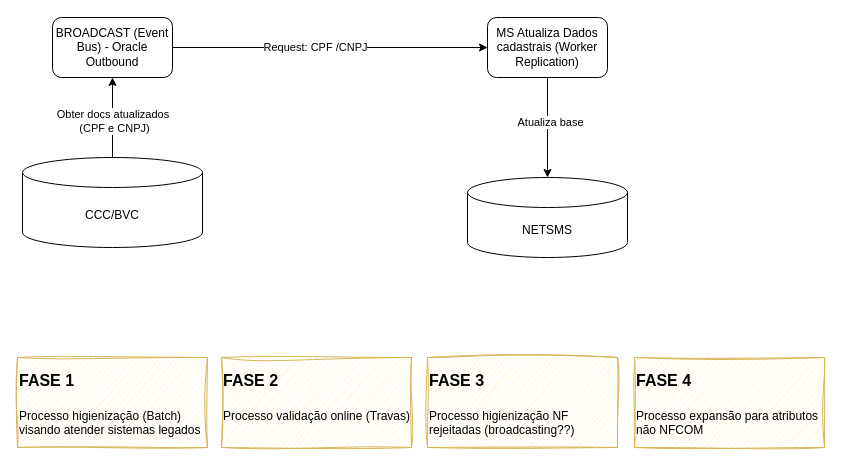
Before: page "Broadcast - CDC Change Data Capture" (2 of 2) of NFCOM Bureau x BVC.drawio in samirali/ClaroBrasil, a draw.io diagram. Source tidied: cells renumbered, new cells numbered last; positions are measured from the earlier drawing's top-left corner, leaving out a move shared by most shapes. Both pictures are drawn from the tidied source at 100%, with x=0, y=0 at pixel (17, 17).
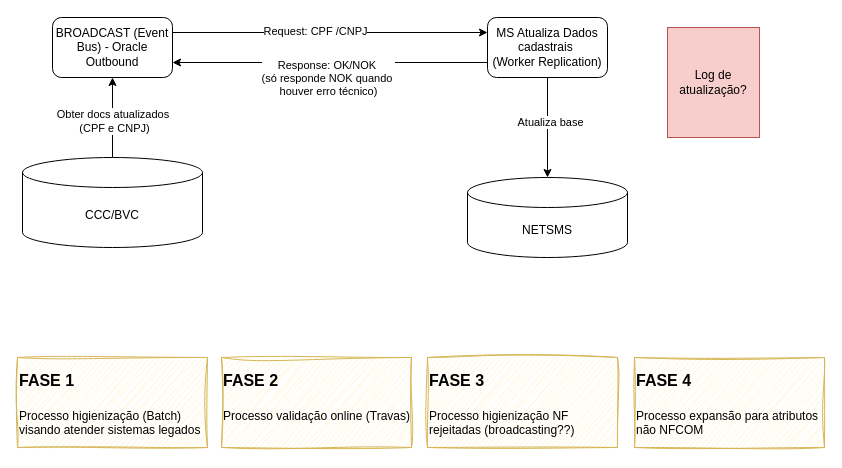
The same page after the edit.

Diff of the diagram source:
```diff
@@
 <mxGraphModel>
   <root>
     <mxCell id="0" />
     <mxCell id="1" parent="0" />
-    <mxCell id="2" style="edgeStyle=orthogonalEdgeStyle;rounded=0;jettySize=auto;html=1;entryX=0;entryY=0.5;entryDx=0;entryDy=0;" parent="1" edge="1" source="4" target="10">
+    <mxCell id="2" style="edgeStyle=orthogonalEdgeStyle;rounded=0;jettySize=auto;html=1;entryX=0;entryY=0.25;entryDx=0;entryDy=0;exitX=1;exitY=0.25;exitDx=0;exitDy=0;" parent="1" edge="1" source="4" target="10">
       <mxGeometry relative="1" as="geometry" />
     </mxCell>
     <mxCell id="3" value="Request: CPF /CNPJ" style="edgeLabel;html=1;align=center;verticalAlign=middle;" parent="2" vertex="1">
       <mxGeometry x="-0.1" y="1" relative="1" as="geometry" />
     </mxCell>
     <mxCell id="4" value="BROADCAST (Event Bus) - Oracle Outbound" style="rounded=1;whiteSpace=wrap;html=1;" parent="1" vertex="1">
       <mxGeometry x="35" width="120" height="60" as="geometry" />
     </mxCell>
     <mxCell id="5" value="&lt;h1 style=&quot;margin-top: 0px;&quot;&gt;&lt;font style=&quot;font-size: 16px;&quot;&gt;FASE 1&lt;/font&gt;&lt;/h1&gt;&lt;p&gt;Processo higienização (Batch) visando atender sistemas legados&lt;/p&gt;" style="text;html=1;whiteSpace=wrap;overflow=hidden;rounded=0;strokeColor=#d6b656;fillColor=#fff2cc;sketch=1;curveFitting=1;jiggle=2;" parent="1" vertex="1">
       <mxGeometry y="340" width="190" height="90" as="geometry" />
     </mxCell>
     <mxCell id="6" value="&lt;h1 style=&quot;margin-top: 0px;&quot;&gt;&lt;font style=&quot;font-size: 16px;&quot;&gt;FASE 2&lt;/font&gt;&lt;/h1&gt;&lt;p&gt;Processo validação online (Travas)&lt;/p&gt;" style="text;html=1;whiteSpace=wrap;overflow=hidden;rounded=0;strokeColor=#d6b656;fillColor=#fff2cc;sketch=1;curveFitting=1;jiggle=2;" parent="1" vertex="1">
       <mxGeometry x="204" y="340" width="190" height="90" as="geometry" />
     </mxCell>
     <mxCell id="7" value="&lt;h1 style=&quot;margin-top: 0px;&quot;&gt;&lt;font style=&quot;font-size: 16px;&quot;&gt;FASE 3&lt;/font&gt;&lt;/h1&gt;&lt;p&gt;Processo higienização NF rejeitadas (broadcasting??)&lt;/p&gt;" style="text;html=1;whiteSpace=wrap;overflow=hidden;rounded=0;strokeColor=#d6b656;fillColor=#fff2cc;sketch=1;curveFitting=1;jiggle=2;" parent="1" vertex="1">
       <mxGeometry x="410" y="340" width="190" height="90" as="geometry" />
     </mxCell>
     <mxCell id="8" value="&lt;h1 style=&quot;margin-top: 0px;&quot;&gt;&lt;font style=&quot;font-size: 16px;&quot;&gt;FASE 4&lt;/font&gt;&lt;/h1&gt;&lt;p&gt;Processo expansão para atributos não NFCOM&lt;/p&gt;" style="text;html=1;whiteSpace=wrap;overflow=hidden;rounded=0;strokeColor=#d6b656;fillColor=#fff2cc;sketch=1;curveFitting=1;jiggle=2;" parent="1" vertex="1">
       <mxGeometry x="617" y="340" width="190" height="90" as="geometry" />
     </mxCell>
     <mxCell id="9" value="NETSMS" style="shape=cylinder3;whiteSpace=wrap;html=1;boundedLbl=1;backgroundOutline=1;size=15;" parent="1" vertex="1">
       <mxGeometry x="450" y="160" width="160" height="80" as="geometry" />
     </mxCell>
+    <mxCell id="16" style="edgeStyle=orthogonalEdgeStyle;rounded=0;jettySize=auto;html=1;entryX=1;entryY=0.75;entryDx=0;entryDy=0;exitX=0;exitY=0.75;exitDx=0;exitDy=0;" parent="1" edge="1" source="10" target="4">
+      <mxGeometry relative="1" as="geometry" />
+    </mxCell>
+    <mxCell id="17" value="Response: OK/NOK&amp;nbsp;&lt;div&gt;(só responde NOK quando&amp;nbsp;&lt;/div&gt;&lt;div&gt;houver erro técnico&lt;span style=&quot;background-color: light-dark(#ffffff, var(--ge-dark-color, #121212)); color: light-dark(rgb(0, 0, 0), rgb(255, 255, 255));&quot;&gt;)&lt;/span&gt;&lt;/div&gt;" style="edgeLabel;html=1;align=center;verticalAlign=middle;" parent="16" vertex="1">
+      <mxGeometry x="0.32" relative="1" as="geometry">
+        <mxPoint x="48" y="15" as="offset" />
+      </mxGeometry>
+    </mxCell>
-    <mxCell id="10" value="MS Atualiza Dados cadastrais (Worker Replication)" style="rounded=1;whiteSpace=wrap;html=1;" parent="1" vertex="1">
+    <mxCell id="10" value="MS Atualiza Dados cadastrais&amp;nbsp;&lt;div&gt;(Worker Replication)&lt;/div&gt;" style="rounded=1;whiteSpace=wrap;html=1;" parent="1" vertex="1">
       <mxGeometry x="470" width="120" height="60" as="geometry" />
     </mxCell>
     <mxCell id="11" style="edgeStyle=orthogonalEdgeStyle;rounded=0;jettySize=auto;html=1;entryX=0.5;entryY=1;entryDx=0;entryDy=0;" parent="1" edge="1" source="13" target="4">
       <mxGeometry relative="1" as="geometry" />
     </mxCell>
     <mxCell id="12" value="Obter docs atualizados&amp;nbsp;&lt;div&gt;(CPF e CNPJ)&lt;/div&gt;" style="edgeLabel;html=1;align=center;verticalAlign=middle;" parent="11" vertex="1">
       <mxGeometry x="-0.07" y="-1" relative="1" as="geometry" />
     </mxCell>
     <mxCell id="13" value="CCC/BVC" style="shape=cylinder3;whiteSpace=wrap;html=1;boundedLbl=1;backgroundOutline=1;size=15;" parent="1" vertex="1">
       <mxGeometry x="5" y="140" width="180" height="90" as="geometry" />
     </mxCell>
     <mxCell id="14" style="edgeStyle=orthogonalEdgeStyle;rounded=0;jettySize=auto;html=1;entryX=0.5;entryY=0;entryDx=0;entryDy=0;entryPerimeter=0;" parent="1" edge="1" source="10" target="9">
       <mxGeometry relative="1" as="geometry" />
     </mxCell>
     <mxCell id="15" value="Atualiza base" style="edgeLabel;html=1;align=center;verticalAlign=middle;" parent="14" vertex="1">
       <mxGeometry x="-0.13" y="2" relative="1" as="geometry" />
     </mxCell>
+    <mxCell id="18" value="Log de atualização?" style="text;html=1;align=center;verticalAlign=middle;whiteSpace=wrap;rounded=0;strokeColor=#b85450;fillColor=#f8cecc;" parent="1" vertex="1">
+      <mxGeometry x="650" y="10" width="92" height="110" as="geometry" />
+    </mxCell>
   </root>
 </mxGraphModel>
```
